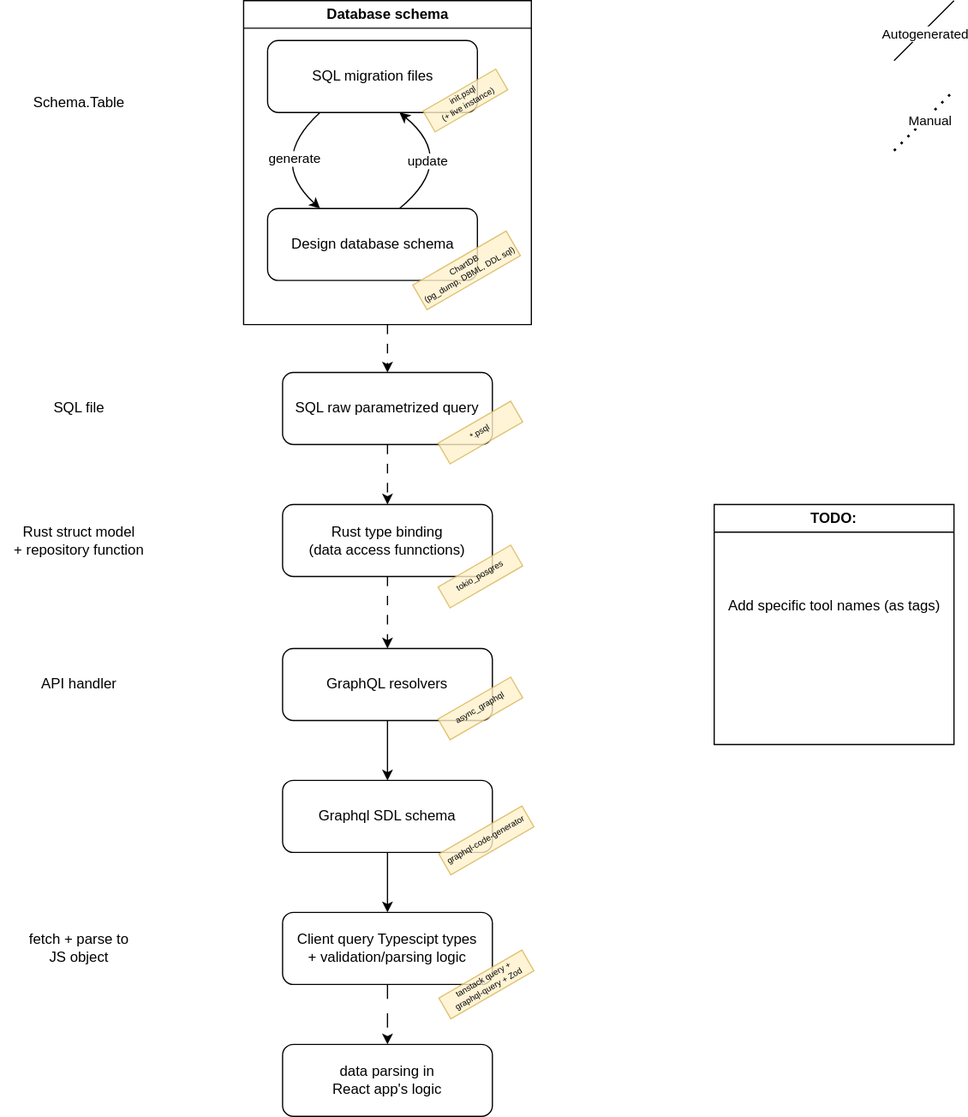
Earlier version of the draw.io export docs/api-development-flow.drawio.svg (szn-app/donation-app). Source tidied: cells renumbered, new cells last; positions are measured from the earlier drawing's top-left corner, leaving out a move shared by most shapes.
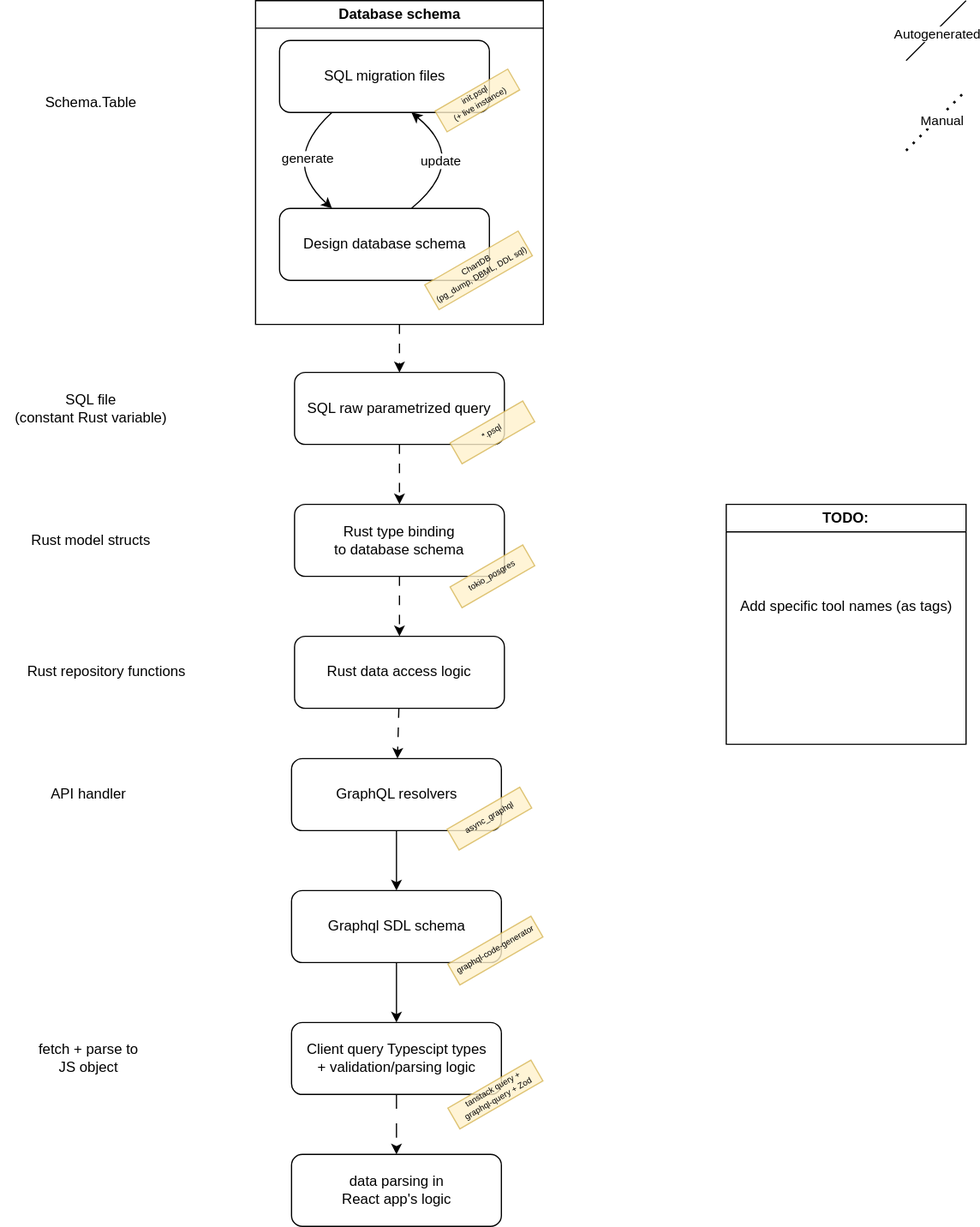
Later version of the same file.

Diff of the diagram source:
```diff
@@ -11,32 +11,32 @@
     <mxCell id="4" style="edgeStyle=none;html=1;dashed=1;dashPattern=8 8;endArrow=classic;endFill=1;" parent="1" edge="1" source="25" target="3">
       <mxGeometry relative="1" as="geometry" />
     </mxCell>
-    <mxCell id="5" style="edgeStyle=none;html=1;dashed=1;dashPattern=8 8;" parent="1" edge="1" source="6" target="8">
+    <mxCell id="5" style="edgeStyle=none;html=1;dashed=1;dashPattern=8 8;" parent="1" edge="1" source="6" target="40">
       <mxGeometry relative="1" as="geometry" />
     </mxCell>
-    <mxCell id="6" value="Rust type binding &lt;br&gt;(data access funnctions)" style="rounded=1;whiteSpace=wrap;html=1;" parent="1" vertex="1">
+    <mxCell id="6" value="Rust type binding &lt;br&gt;to database schema" style="rounded=1;whiteSpace=wrap;html=1;" parent="1" vertex="1">
       <mxGeometry x="235" y="420" width="175" height="60" as="geometry" />
     </mxCell>
     <mxCell id="7" style="edgeStyle=none;html=1;entryX=0.5;entryY=0;entryDx=0;entryDy=0;" parent="1" edge="1" source="8" target="10">
       <mxGeometry relative="1" as="geometry" />
     </mxCell>
     <mxCell id="8" value="GraphQL resolvers" style="rounded=1;whiteSpace=wrap;html=1;" parent="1" vertex="1">
-      <mxGeometry x="235" y="540" width="175" height="60" as="geometry" />
+      <mxGeometry x="232.5" y="632" width="175" height="60" as="geometry" />
     </mxCell>
     <mxCell id="9" style="edgeStyle=none;html=1;entryX=0.5;entryY=0;entryDx=0;entryDy=0;" parent="1" edge="1" source="10" target="12">
       <mxGeometry relative="1" as="geometry" />
     </mxCell>
     <mxCell id="10" value="Graphql SDL schema" style="rounded=1;whiteSpace=wrap;html=1;" parent="1" vertex="1">
-      <mxGeometry x="235" y="650" width="175" height="60" as="geometry" />
+      <mxGeometry x="232.5" y="742" width="175" height="60" as="geometry" />
     </mxCell>
     <mxCell id="11" style="edgeStyle=none;html=1;entryX=0.5;entryY=0;entryDx=0;entryDy=0;dashed=1;dashPattern=12 12;" parent="1" edge="1" source="12" target="13">
       <mxGeometry relative="1" as="geometry" />
     </mxCell>
     <mxCell id="12" value="Client query Typescipt types&lt;br&gt;+ validation/parsing logic" style="rounded=1;whiteSpace=wrap;html=1;" parent="1" vertex="1">
-      <mxGeometry x="235" y="760" width="175" height="60" as="geometry" />
+      <mxGeometry x="232.5" y="852" width="175" height="60" as="geometry" />
     </mxCell>
     <mxCell id="13" value="data&amp;nbsp;&lt;span style=&quot;color: rgb(0, 0, 0);&quot;&gt;parsing in&amp;nbsp;&lt;br&gt;&lt;/span&gt;React app's logic" style="rounded=1;whiteSpace=wrap;html=1;" parent="1" vertex="1">
-      <mxGeometry x="235" y="870" width="175" height="60" as="geometry" />
+      <mxGeometry x="232.5" y="962" width="175" height="60" as="geometry" />
     </mxCell>
     <mxCell id="14" style="endArrow=none;dashed=1;html=1;dashPattern=1 3;strokeWidth=2;" parent="1" edge="1">
       <mxGeometry relative="1" as="geometry">
@@ -71,13 +71,13 @@
       <mxGeometry x="365" y="470" width="70" height="20" as="geometry" />
     </mxCell>
     <mxCell id="22" value="&lt;font color=&quot;#020203&quot;&gt;async_graphql&lt;/font&gt;" style="text;html=1;fillColor=#fff2cc;align=center;verticalAlign=middle;whiteSpace=wrap;rounded=0;rotation=-30;strokeColor=#d6b656;glass=0;fillOpacity=100;strokeOpacity=100;opacity=80;arcSize=12;fontSize=7;" parent="1" vertex="1">
-      <mxGeometry x="365" y="580" width="70" height="20" as="geometry" />
+      <mxGeometry x="362.5" y="672" width="70" height="20" as="geometry" />
     </mxCell>
     <mxCell id="23" value="graphql-code-generator" style="text;html=1;fillColor=#fff2cc;align=center;verticalAlign=middle;whiteSpace=wrap;rounded=0;rotation=-30;strokeColor=#d6b656;glass=0;fillOpacity=100;strokeOpacity=100;opacity=80;arcSize=12;fontSize=7;" parent="1" vertex="1">
-      <mxGeometry x="365" y="690" width="80" height="20" as="geometry" />
+      <mxGeometry x="362.5" y="782" width="80" height="20" as="geometry" />
     </mxCell>
     <mxCell id="24" value="tanstack query +&amp;nbsp;&lt;span style=&quot;color: rgb(0, 0, 0);&quot;&gt;graphql-query + Zod&lt;/span&gt;" style="text;html=1;fillColor=#fff2cc;align=center;verticalAlign=middle;whiteSpace=wrap;rounded=0;rotation=-30;strokeColor=#d6b656;glass=0;fillOpacity=100;strokeOpacity=100;opacity=80;arcSize=12;fontSize=7;" parent="1" vertex="1">
-      <mxGeometry x="365" y="810" width="80" height="20" as="geometry" />
+      <mxGeometry x="362.5" y="902" width="80" height="20" as="geometry" />
     </mxCell>
     <mxCell id="25" value="Database schema" style="swimlane;whiteSpace=wrap;html=1;" parent="1" vertex="1">
       <mxGeometry x="202.5" width="240" height="270" as="geometry" />
@@ -121,17 +121,28 @@
     <mxCell id="34" value="Schema.Table" style="text;html=1;align=center;verticalAlign=middle;strokeColor=none;fillColor=none;" parent="1" vertex="1">
       <mxGeometry x="15" y="70" width="100" height="30" as="geometry" />
     </mxCell>
-    <mxCell id="35" value="SQL file" style="text;html=1;align=center;verticalAlign=middle;strokeColor=none;fillColor=none;" parent="1" vertex="1">
-      <mxGeometry x="30" y="325" width="70" height="30" as="geometry" />
+    <mxCell id="35" value="SQL file&lt;br&gt;(constant Rust variable)" style="text;html=1;align=center;verticalAlign=middle;strokeColor=none;fillColor=none;" parent="1" vertex="1">
+      <mxGeometry x="-10" y="320" width="150" height="40" as="geometry" />
     </mxCell>
-    <mxCell id="36" value="Rust struct model&amp;nbsp;&lt;div&gt;+ repository function&lt;/div&gt;" style="text;html=1;align=center;verticalAlign=middle;strokeColor=none;fillColor=none;" parent="1" vertex="1">
-      <mxGeometry y="430" width="130" height="40" as="geometry" />
+    <mxCell id="36" value="Rust model structs" style="text;html=1;align=center;verticalAlign=middle;strokeColor=none;fillColor=none;" parent="1" vertex="1">
+      <mxGeometry x="5" y="435" width="120" height="30" as="geometry" />
     </mxCell>
     <mxCell id="37" value="fetch + parse to &lt;br&gt;JS object" style="text;html=1;align=center;verticalAlign=middle;strokeColor=none;fillColor=none;" parent="1" vertex="1">
-      <mxGeometry x="10" y="770" width="110" height="40" as="geometry" />
+      <mxGeometry x="7.5" y="862" width="110" height="40" as="geometry" />
     </mxCell>
     <mxCell id="38" value="API handler" style="text;html=1;align=center;verticalAlign=middle;strokeColor=none;fillColor=none;" parent="1" vertex="1">
-      <mxGeometry x="20" y="555" width="90" height="30" as="geometry" />
+      <mxGeometry x="17.5" y="647" width="90" height="30" as="geometry" />
     </mxCell>
+    <mxCell id="39" style="edgeStyle=none;html=1;dashed=1;dashPattern=8 8;" parent="1" edge="1" target="8">
+      <mxGeometry relative="1" as="geometry">
+        <mxPoint x="322" y="590" as="sourcePoint" />
+      </mxGeometry>
+    </mxCell>
+    <mxCell id="40" value="Rust&amp;nbsp;&lt;span style=&quot;color: rgb(0, 0, 0);&quot;&gt;data access logic&lt;/span&gt;" style="rounded=1;whiteSpace=wrap;html=1;" parent="1" vertex="1">
+      <mxGeometry x="235" y="530" width="175" height="60" as="geometry" />
+    </mxCell>
+    <mxCell id="41" value="Rust repository functions&amp;nbsp;" style="text;html=1;align=center;verticalAlign=middle;strokeColor=none;fillColor=none;" parent="1" vertex="1">
+      <mxGeometry x="-2.5" y="545" width="160" height="30" as="geometry" />
+    </mxCell>
   </root>
 </mxGraphModel>
```
